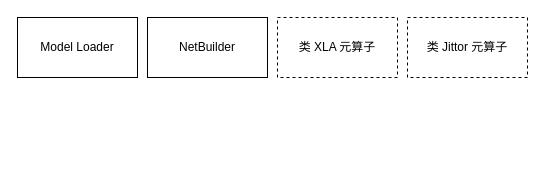
Earlier version of the draw.io diagram CINN Architecture.drawio (Superjomn/_tmp_images). Source tidied: cells renumbered, new cells numbered last; positions are measured from the earlier drawing's top-left corner, leaving out a move shared by most shapes. Both pictures are drawn from the tidied source at 100%, with x=0, y=0 at pixel (17, 17).
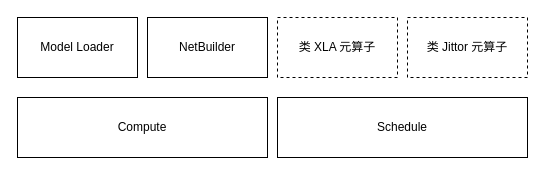
The same page after the edit.

The edit, as a diff of the source:
```diff
@@
 <mxGraphModel>
   <root>
     <mxCell id="0" />
     <mxCell id="1" parent="0" />
     <mxCell id="2" value="Model Loader" style="rounded=0;whiteSpace=wrap;html=1;" parent="1" vertex="1">
       <mxGeometry width="120" height="60" as="geometry" />
     </mxCell>
     <mxCell id="3" value="NetBuilder" style="rounded=0;whiteSpace=wrap;html=1;" parent="1" vertex="1">
       <mxGeometry x="130" width="120" height="60" as="geometry" />
     </mxCell>
     <mxCell id="4" value="类 XLA 元算子" style="rounded=0;whiteSpace=wrap;html=1;dashed=1;" parent="1" vertex="1">
       <mxGeometry x="260" width="120" height="60" as="geometry" />
     </mxCell>
     <mxCell id="5" value="类 Jittor 元算子" style="rounded=0;whiteSpace=wrap;html=1;dashed=1;" parent="1" vertex="1">
       <mxGeometry x="390" width="120" height="60" as="geometry" />
     </mxCell>
+    <mxCell id="6" value="Compute" style="rounded=0;whiteSpace=wrap;html=1;" parent="1" vertex="1">
+      <mxGeometry y="80" width="250" height="60" as="geometry" />
+    </mxCell>
+    <mxCell id="7" value="Schedule" style="rounded=0;whiteSpace=wrap;html=1;" parent="1" vertex="1">
+      <mxGeometry x="260" y="80" width="250" height="60" as="geometry" />
+    </mxCell>
   </root>
 </mxGraphModel>
```
